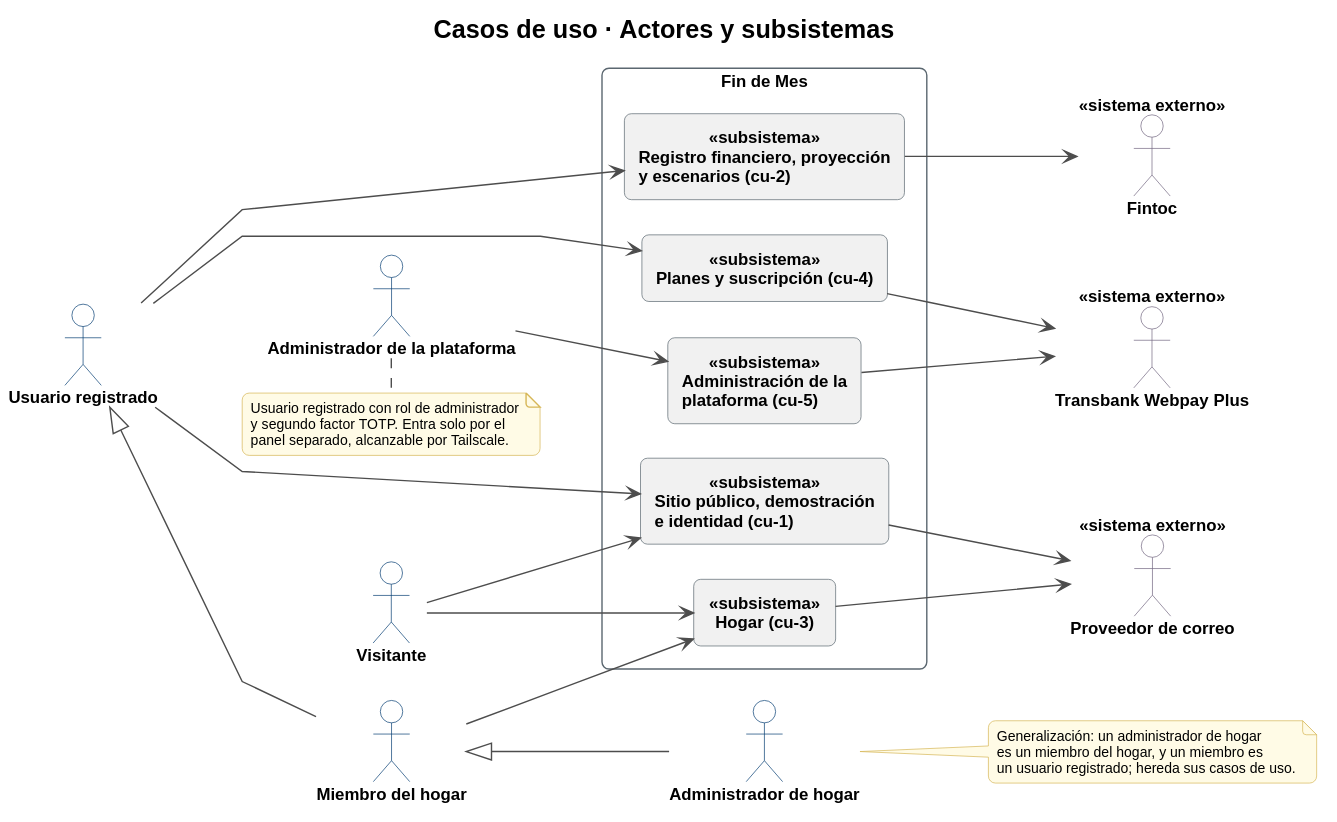
Earlier version of the PlantUML export docs/diagrams/use-cases/cu-0-actores.svg (offlnr/findemes).
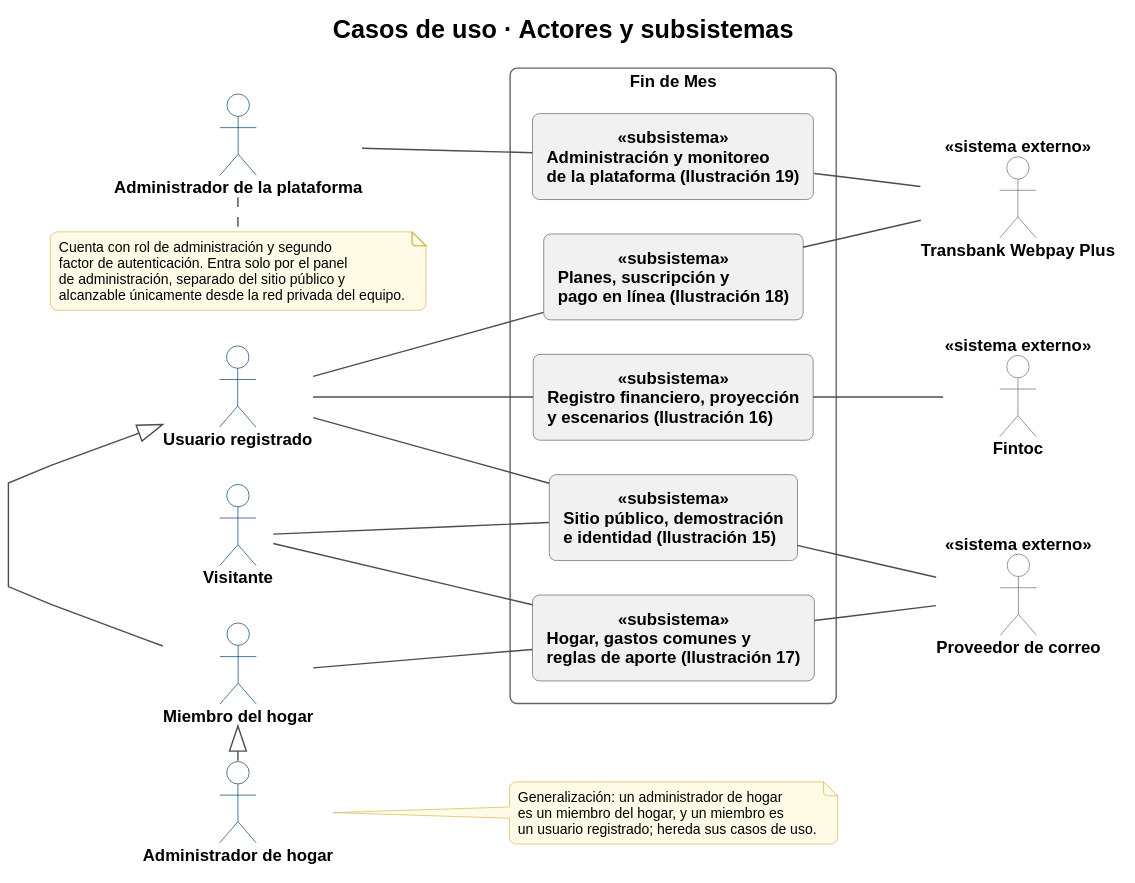
Later version of the same file.

The edit, as a diff of the source:
```diff
@@ -9,34 +9,34 @@
 actor "Administrador de hogar" as AH
 actor "Administrador de la plataforma" as AP
 
+actor "Proveedor de correo" <<sistema externo>> as MAIL
+actor "Fintoc" <<sistema externo>> as FIN
 actor "Transbank Webpay Plus" <<sistema externo>> as TBK
-actor "Fintoc" <<sistema externo>> as FIN
-actor "Proveedor de correo" <<sistema externo>> as MAIL
 
-U <|-- M
-M <|-- AH
+U <|- M
+M <|- AH
 
 rectangle "Fin de Mes" {
-  rectangle "Sitio público, demostración\ne identidad (cu-1)" <<subsistema>> as P1
-  rectangle "Registro financiero, proyección\ny escenarios (cu-2)" <<subsistema>> as P2
-  rectangle "Hogar (cu-3)" <<subsistema>> as P3
-  rectangle "Planes y suscripción (cu-4)" <<subsistema>> as P4
-  rectangle "Administración de la\nplataforma (cu-5)" <<subsistema>> as P5
+  rectangle "Sitio público, demostración\ne identidad (Ilustración 15)" <<subsistema>> as P1
+  rectangle "Registro financiero, proyección\ny escenarios (Ilustración 16)" <<subsistema>> as P2
+  rectangle "Hogar, gastos comunes y\nreglas de aporte (Ilustración 17)" <<subsistema>> as P3
+  rectangle "Planes, suscripción y\npago en línea (Ilustración 18)" <<subsistema>> as P4
+  rectangle "Administración y monitoreo\nde la plataforma (Ilustración 19)" <<subsistema>> as P5
 }
 
-V --> P1
-V --> P3
-U --> P1
-U --> P2
-U --> P4
-M --> P3
-AP --> P5
+V -- P1
+V -- P3
+U -- P1
+U -- P2
+U -- P4
+M -- P3
+AP -- P5
 
-P2 --> FIN
-P1 --> MAIL
-P3 --> MAIL
-P4 --> TBK
-P5 --> TBK
+P1 -- MAIL
+P3 -- MAIL
+P2 -- FIN
+P4 -- TBK
+P5 -- TBK
 
 note right of AH
   Generalización: un administrador de hogar
@@ -45,8 +45,9 @@
 end note
 
 note bottom of AP
-  Usuario registrado con rol de administrador
-  y segundo factor TOTP. Entra solo por el
-  panel separado, alcanzable por Tailscale.
+  Cuenta con rol de administración y segundo
+  factor de autenticación. Entra solo por el panel
+  de administración, separado del sitio público y
+  alcanzable únicamente desde la red privada del equipo.
 end note
 @enduml
```
